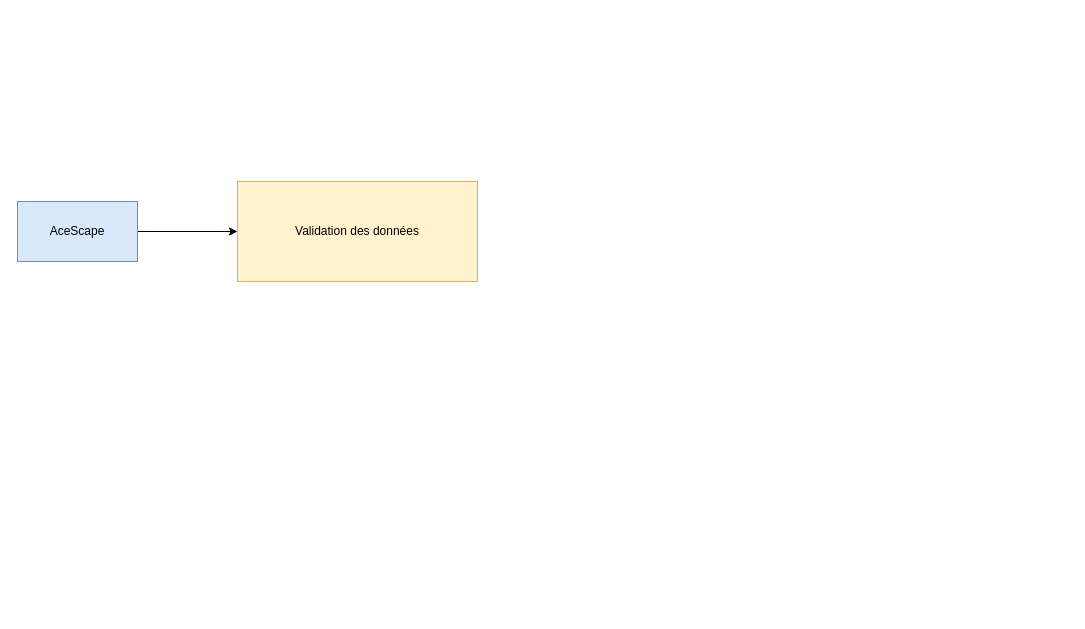
Above: validation des données.drawio in LucasCDA90/Projet-individuel (draw.io), before the change. Source tidied: cells renumbered, new cells numbered last; positions are measured from the earlier drawing's top-left corner, leaving out a move shared by most shapes. Both pictures are drawn from the tidied source at 100%, with x=0, y=0 at pixel (17, 181).
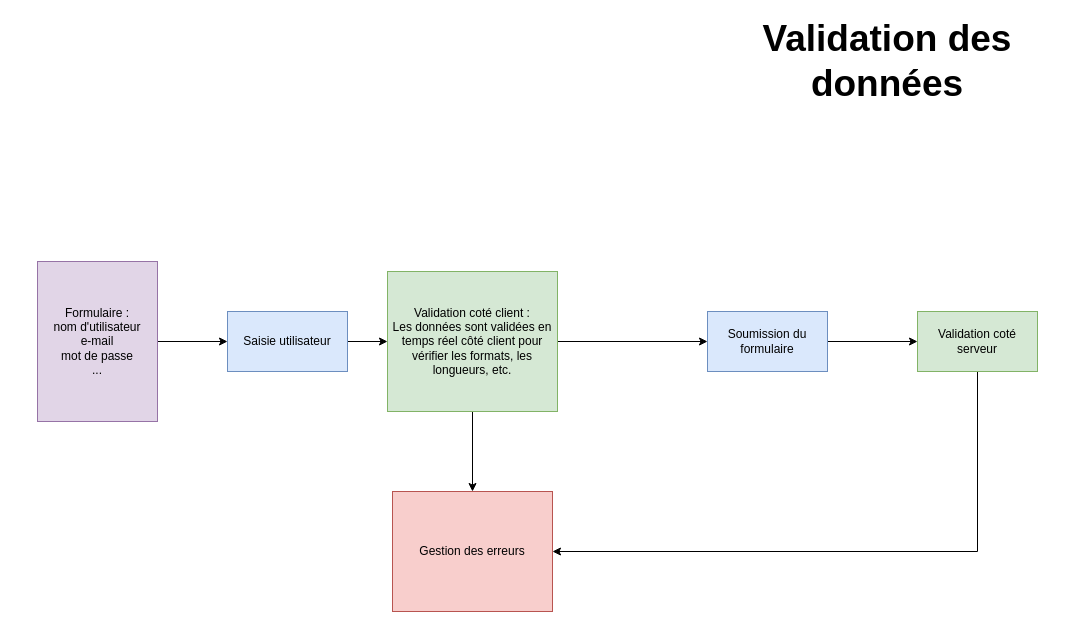
The same page after the edit.

Commit message:
Début de diagramme

Diff of the diagram source:
```diff
@@
 <mxGraphModel>
   <root>
     <mxCell id="0" />
     <mxCell id="1" parent="0" />
+    <mxCell id="5" style="edgeStyle=orthogonalEdgeStyle;rounded=0;jettySize=auto;html=1;exitX=1;exitY=0.5;exitDx=0;exitDy=0;entryX=0;entryY=0.5;entryDx=0;entryDy=0;" parent="1" edge="1" source="4" target="10">
+      <mxGeometry relative="1" as="geometry" />
+    </mxCell>
+    <mxCell id="4" value="Saisie utilisateur" style="rounded=0;whiteSpace=wrap;html=1;fillColor=#dae8fc;strokeColor=#6c8ebf;" parent="1" vertex="1">
+      <mxGeometry x="210" y="130" width="120" height="60" as="geometry" />
+    </mxCell>
-    <mxCell id="2" value="Validation des données" style="rounded=0;whiteSpace=wrap;html=1;fillColor=#fff2cc;strokeColor=#d6b656;" parent="1" vertex="1">
-      <mxGeometry x="220" width="240" height="100" as="geometry" />
+    <mxCell id="2" value="Validation des données" style="text;html=1;align=center;verticalAlign=middle;whiteSpace=wrap;rounded=0;fontSize=37;fontStyle=1;" parent="1" vertex="1">
+      <mxGeometry x="690" y="-150" width="360" height="60" as="geometry" />
     </mxCell>
-    <mxCell id="3" style="edgeStyle=orthogonalEdgeStyle;rounded=0;jettySize=auto;html=1;exitX=1;exitY=0.5;exitDx=0;exitDy=0;entryX=0;entryY=0.5;entryDx=0;entryDy=0;" parent="1" edge="1" source="4" target="2">
-      <mxGeometry relative="1" as="geometry" />
-    </mxCell>
-    <mxCell id="4" value="AceScape" style="rounded=0;whiteSpace=wrap;html=1;fillColor=#dae8fc;strokeColor=#6c8ebf;" parent="1" vertex="1">
-      <mxGeometry y="20" width="120" height="60" as="geometry" />
-    </mxCell>
+    <mxCell id="6" style="edgeStyle=orthogonalEdgeStyle;rounded=0;jettySize=auto;html=1;exitX=1;exitY=0.5;exitDx=0;exitDy=0;entryX=0;entryY=0.5;entryDx=0;entryDy=0;" parent="1" edge="1" source="7" target="4">
+      <mxGeometry relative="1" as="geometry" />
+    </mxCell>
+    <mxCell id="7" value="&lt;div&gt;Formulaire :&lt;/div&gt;&lt;div&gt;nom d'utilisateur&lt;/div&gt;&lt;div&gt;e-mail&lt;/div&gt;&lt;div&gt;mot de passe&lt;/div&gt;&lt;div&gt;...&lt;br&gt;&lt;/div&gt;" style="rounded=0;whiteSpace=wrap;html=1;fillColor=#e1d5e7;strokeColor=#9673a6;" parent="1" vertex="1">
+      <mxGeometry x="20" y="80" width="120" height="160" as="geometry" />
+    </mxCell>
+    <mxCell id="8" style="edgeStyle=orthogonalEdgeStyle;rounded=0;jettySize=auto;html=1;exitX=0.5;exitY=1;exitDx=0;exitDy=0;entryX=0.5;entryY=0;entryDx=0;entryDy=0;" parent="1" edge="1" source="10" target="11">
+      <mxGeometry relative="1" as="geometry" />
+    </mxCell>
+    <mxCell id="9" style="edgeStyle=orthogonalEdgeStyle;rounded=0;jettySize=auto;html=1;exitX=1;exitY=0.5;exitDx=0;exitDy=0;entryX=0;entryY=0.5;entryDx=0;entryDy=0;" parent="1" edge="1" source="10" target="15">
+      <mxGeometry relative="1" as="geometry" />
+    </mxCell>
+    <mxCell id="10" value="&lt;div&gt;Validation coté client :&lt;/div&gt;&lt;div&gt;Les données sont validées en temps réel côté client pour vérifier les formats, les longueurs, etc.&lt;/div&gt;" style="rounded=0;whiteSpace=wrap;html=1;fillColor=#d5e8d4;strokeColor=#82b366;" parent="1" vertex="1">
+      <mxGeometry x="370" y="90" width="170" height="140" as="geometry" />
+    </mxCell>
+    <mxCell id="11" value="Gestion des erreurs" style="rounded=0;whiteSpace=wrap;html=1;fillColor=#f8cecc;strokeColor=#b85450;" parent="1" vertex="1">
+      <mxGeometry x="375" y="310" width="160" height="120" as="geometry" />
+    </mxCell>
+    <mxCell id="12" style="edgeStyle=orthogonalEdgeStyle;rounded=0;jettySize=auto;html=1;exitX=0.5;exitY=1;exitDx=0;exitDy=0;entryX=1;entryY=0.5;entryDx=0;entryDy=0;" parent="1" edge="1" source="13" target="11">
+      <mxGeometry relative="1" as="geometry" />
+    </mxCell>
+    <mxCell id="13" value="Validation coté serveur" style="rounded=0;whiteSpace=wrap;html=1;fillColor=#d5e8d4;strokeColor=#82b366;" parent="1" vertex="1">
+      <mxGeometry x="900" y="130" width="120" height="60" as="geometry" />
+    </mxCell>
+    <mxCell id="14" style="edgeStyle=orthogonalEdgeStyle;rounded=0;jettySize=auto;html=1;exitX=1;exitY=0.5;exitDx=0;exitDy=0;entryX=0;entryY=0.5;entryDx=0;entryDy=0;" parent="1" edge="1" source="15" target="13">
+      <mxGeometry relative="1" as="geometry" />
+    </mxCell>
+    <mxCell id="15" value="Soumission du formulaire" style="rounded=0;whiteSpace=wrap;html=1;fillColor=#dae8fc;strokeColor=#6c8ebf;" parent="1" vertex="1">
+      <mxGeometry x="690" y="130" width="120" height="60" as="geometry" />
+    </mxCell>
   </root>
 </mxGraphModel>
```
